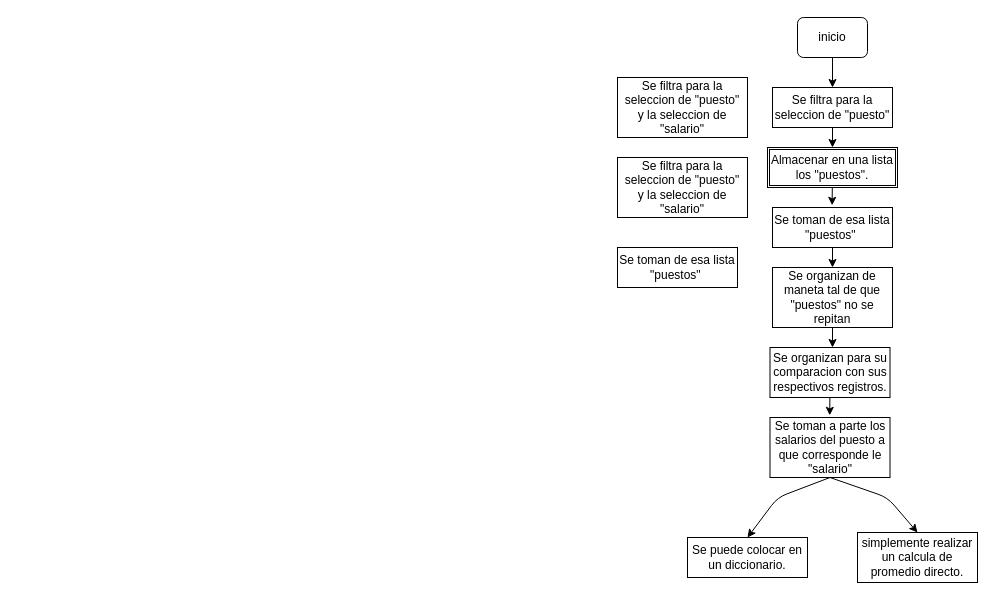
This is page "Archivo" (3 of 3) of PY/ejercode/se8/diagrama.dio from ransel07/edu, a draw.io file, before an edit. Source tidied: cells renumbered, new cells numbered last; positions are measured from the earlier drawing's top-left corner, leaving out a move shared by most shapes. Both pictures are drawn from the tidied source at 100%, with x=0, y=0 at pixel (617, 17).
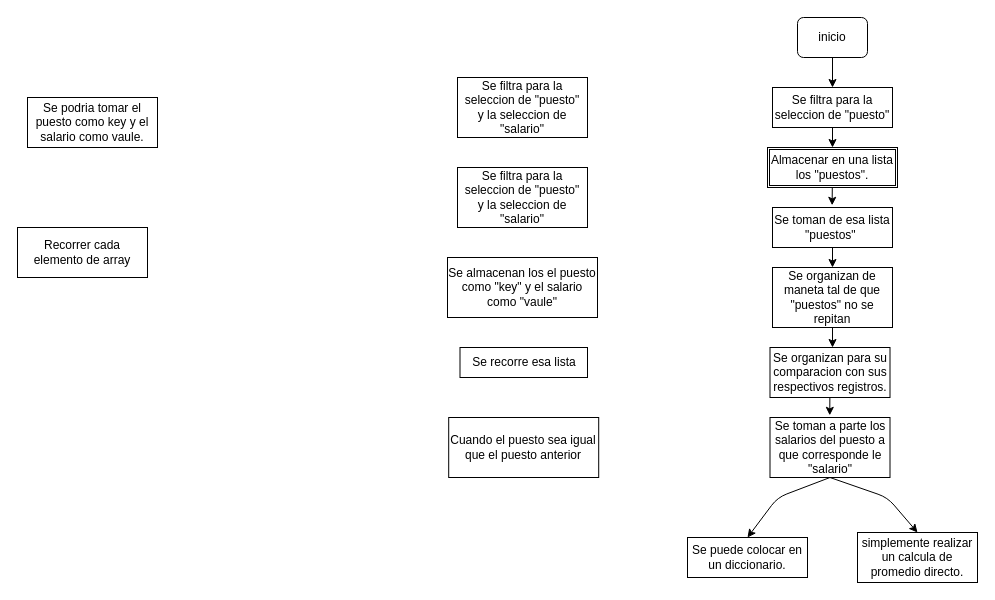
The same page after the edit.

What changed in the source:
```diff
@@
     <mxCell id="19" value="Se filtra para la seleccion de &quot;puesto&quot;&lt;br&gt;y la seleccion de &quot;salario&quot;" style="rounded=0;whiteSpace=wrap;html=1;" parent="1" vertex="1">
-      <mxGeometry y="60" width="130" height="60" as="geometry" />
+      <mxGeometry x="-160" y="60" width="130" height="60" as="geometry" />
     </mxCell>
     <mxCell id="20" value="Se filtra para la seleccion de &quot;puesto&quot;&lt;br&gt;y la seleccion de &quot;salario&quot;" style="rounded=0;whiteSpace=wrap;html=1;" parent="1" vertex="1">
-      <mxGeometry y="140" width="130" height="60" as="geometry" />
+      <mxGeometry x="-160" y="150" width="130" height="60" as="geometry" />
     </mxCell>
-    <mxCell id="21" value="Se toman de esa lista &quot;puestos&quot;&amp;nbsp;" style="rounded=0;whiteSpace=wrap;html=1;" parent="1" vertex="1">
-      <mxGeometry y="230" width="120" height="40" as="geometry" />
+    <mxCell id="21" value="Se almacenan los el puesto como &quot;key&quot; y el salario como &quot;vaule&quot;" style="rounded=0;whiteSpace=wrap;html=1;" parent="1" vertex="1">
+      <mxGeometry x="-170" y="240" width="150" height="60" as="geometry" />
     </mxCell>
+    <mxCell id="22" value="Se recorre esa lista" style="rounded=0;whiteSpace=wrap;html=1;" parent="1" vertex="1">
+      <mxGeometry x="-157.5" y="330" width="127.5" height="30" as="geometry" />
+    </mxCell>
+    <mxCell id="23" value="Se podria tomar el puesto como key y el salario como vaule." style="rounded=0;whiteSpace=wrap;html=1;" parent="1" vertex="1">
+      <mxGeometry x="-590" y="80" width="130" height="50" as="geometry" />
+    </mxCell>
+    <mxCell id="24" value="Recorrer cada elemento de array" style="rounded=0;whiteSpace=wrap;html=1;" parent="1" vertex="1">
+      <mxGeometry x="-600" y="210" width="130" height="50" as="geometry" />
+    </mxCell>
+    <mxCell id="25" value="Cuando el puesto sea igual que el puesto anterior" style="rounded=0;whiteSpace=wrap;html=1;" parent="1" vertex="1">
+      <mxGeometry x="-168.8" y="400" width="150" height="60" as="geometry" />
+    </mxCell>
```
